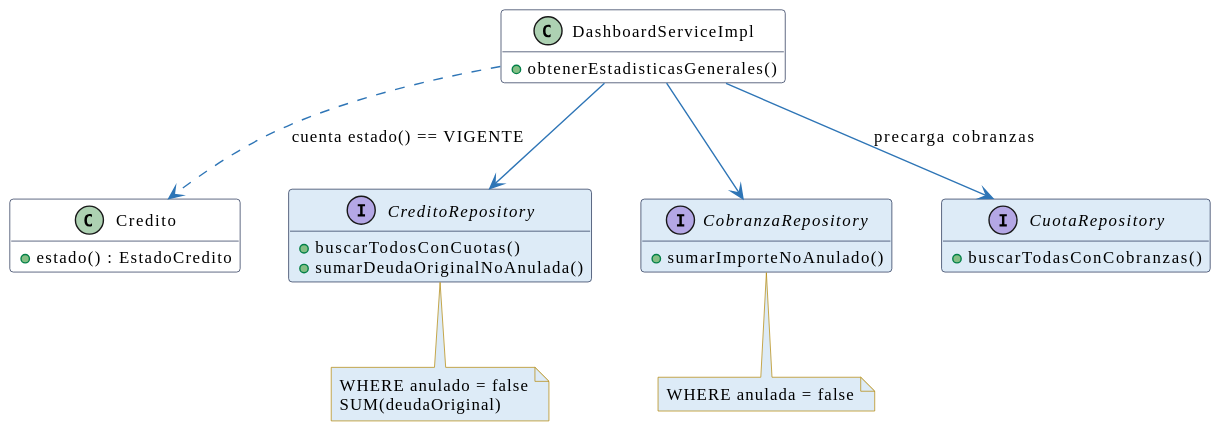
Above: docs/reporte/puml/m3-despues.svg in andreiveisuade/TPO-ProcesoDesarrolloSoftware-V3 (PlantUML), before the change. Its source is kept beside it as docs/reporte/puml/m3-despues.puml.
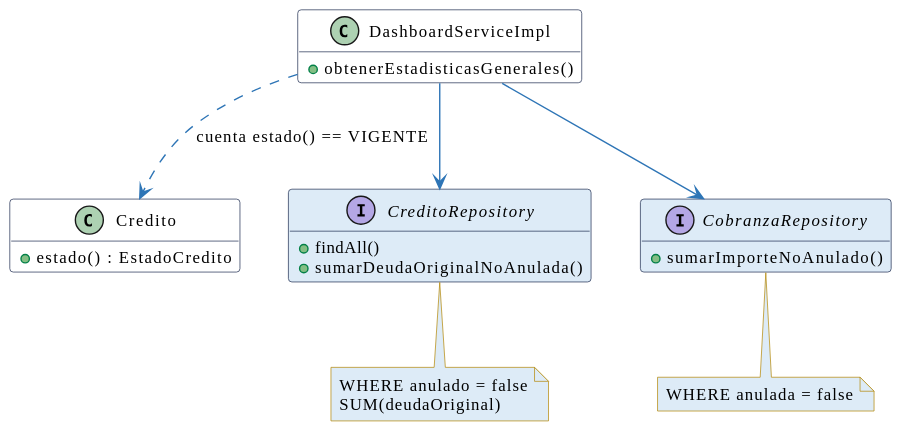
Later version of the same file.

Change to the diagram source:
```diff
@@ -21,18 +21,14 @@
 }
 DashboardServiceImpl ..> Credito : cuenta estado() == VIGENTE
 interface CreditoRepository #DDEBF7 {
-  +buscarTodosConCuotas()
+  +findAll()
   +sumarDeudaOriginalNoAnulada()
 }
 interface CobranzaRepository #DDEBF7 {
   +sumarImporteNoAnulado()
 }
-interface CuotaRepository #DDEBF7 {
-  +buscarTodasConCobranzas()
-}
 DashboardServiceImpl --> CreditoRepository
 DashboardServiceImpl --> CobranzaRepository
-DashboardServiceImpl --> CuotaRepository : precarga cobranzas
 note bottom of CreditoRepository #DDEBF7
   WHERE anulado = false
   SUM(deudaOriginal)
```
